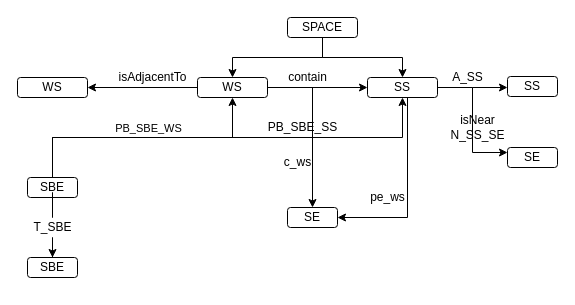
Above: src/components/Untitled Diagram.drawio in shakeel26/portfolio (draw.io), before the change. Source tidied: cells renumbered, new cells numbered last; positions are measured from the earlier drawing's top-left corner, leaving out a move shared by most shapes. Both pictures are drawn from the tidied source at 100%, with x=0, y=0 at pixel (17, 17).
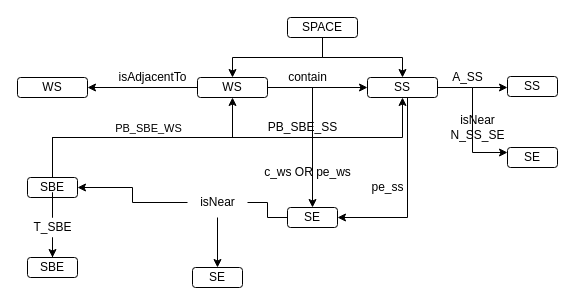
The same page after the edit.

Unchanged cells that the change refers to:
```xml
<mxCell id="24" value="SBE" style="rounded=1;whiteSpace=wrap;html=1;" parent="1" vertex="1">
  <mxGeometry x="10" y="160" width="50" height="20" as="geometry" />
</mxCell>
<mxCell id="29" value="SE" style="rounded=1;whiteSpace=wrap;html=1;" parent="1" vertex="1">
  <mxGeometry x="270" y="190" width="50" height="20" as="geometry" />
</mxCell>
```

What changed in the source:
```diff
@@
+    <mxCell id="32" style="edgeStyle=orthogonalEdgeStyle;rounded=0;jettySize=auto;html=1;entryX=1;entryY=0.5;entryDx=0;entryDy=0;startArrow=none;" parent="1" edge="1" source="35" target="24">
+      <mxGeometry relative="1" as="geometry" />
+    </mxCell>
@@
-    <mxCell id="30" value="c_ws" style="text;html=1;align=center;verticalAlign=middle;strokeColor=none;fillColor=none;" parent="1" vertex="1">
-      <mxGeometry x="255" y="130" width="50" height="30" as="geometry" />
+    <mxCell id="30" value="c_ws OR pe_ws" style="text;html=1;align=center;verticalAlign=middle;strokeColor=none;fillColor=none;" parent="1" vertex="1">
+      <mxGeometry x="235" y="140" width="110" height="30" as="geometry" />
     </mxCell>
-    <mxCell id="31" value="pe_ws" style="text;html=1;align=center;verticalAlign=middle;strokeColor=none;fillColor=none;" parent="1" vertex="1">
-      <mxGeometry x="340" y="165" width="60" height="30" as="geometry" />
-    </mxCell>
+    <mxCell id="33" value="pe_ss" style="text;html=1;align=center;verticalAlign=middle;strokeColor=none;fillColor=none;" parent="1" vertex="1">
+      <mxGeometry x="340" y="155" width="60" height="30" as="geometry" />
+    </mxCell>
+    <mxCell id="34" style="edgeStyle=orthogonalEdgeStyle;rounded=0;jettySize=auto;html=1;entryX=0.5;entryY=0;entryDx=0;entryDy=0;" parent="1" edge="1" source="35" target="37">
+      <mxGeometry relative="1" as="geometry" />
+    </mxCell>
+    <mxCell id="35" value="isNear" style="text;html=1;align=center;verticalAlign=middle;points=[];strokeColor=none;fillColor=none;" parent="1" vertex="1">
+      <mxGeometry x="170" y="170" width="60" height="30" as="geometry" />
+    </mxCell>
+    <mxCell id="36" style="edgeStyle=orthogonalEdgeStyle;rounded=0;jettySize=auto;html=1;entryX=1;entryY=0.5;entryDx=0;entryDy=0;endArrow=none;" parent="1" edge="1" source="29" target="35">
+      <mxGeometry relative="1" as="geometry" />
+    </mxCell>
+    <mxCell id="37" value="SE" style="rounded=1;whiteSpace=wrap;html=1;" parent="1" vertex="1">
+      <mxGeometry x="175" y="250" width="50" height="20" as="geometry" />
+    </mxCell>
```
